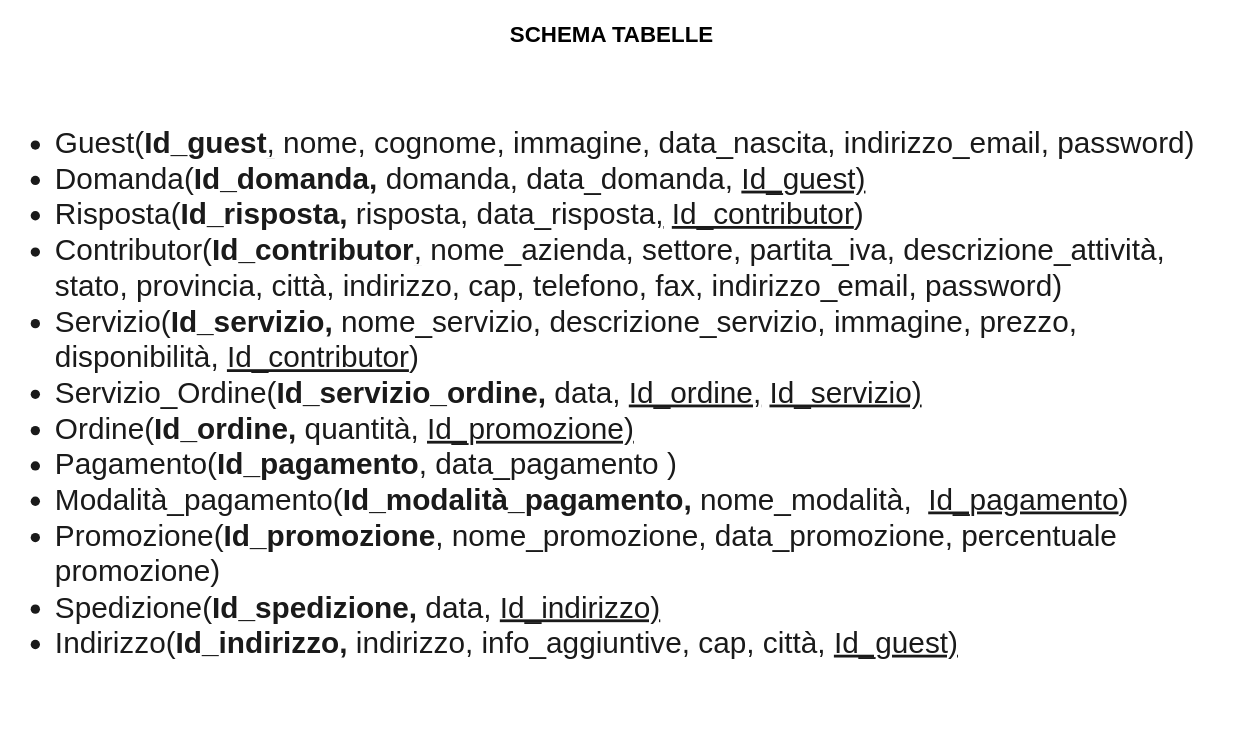
The draw.io diagram SCHEMATABELLE.drawio in giadaventurini-pixel/giadaventurini-5binf, before the edit. Source tidied: cells renumbered, new cells numbered last; positions are measured from the earlier drawing's top-left corner, leaving out a move shared by most shapes. Both pictures are drawn from the tidied source at 93%, with x=0, y=0 at pixel (16, 16).
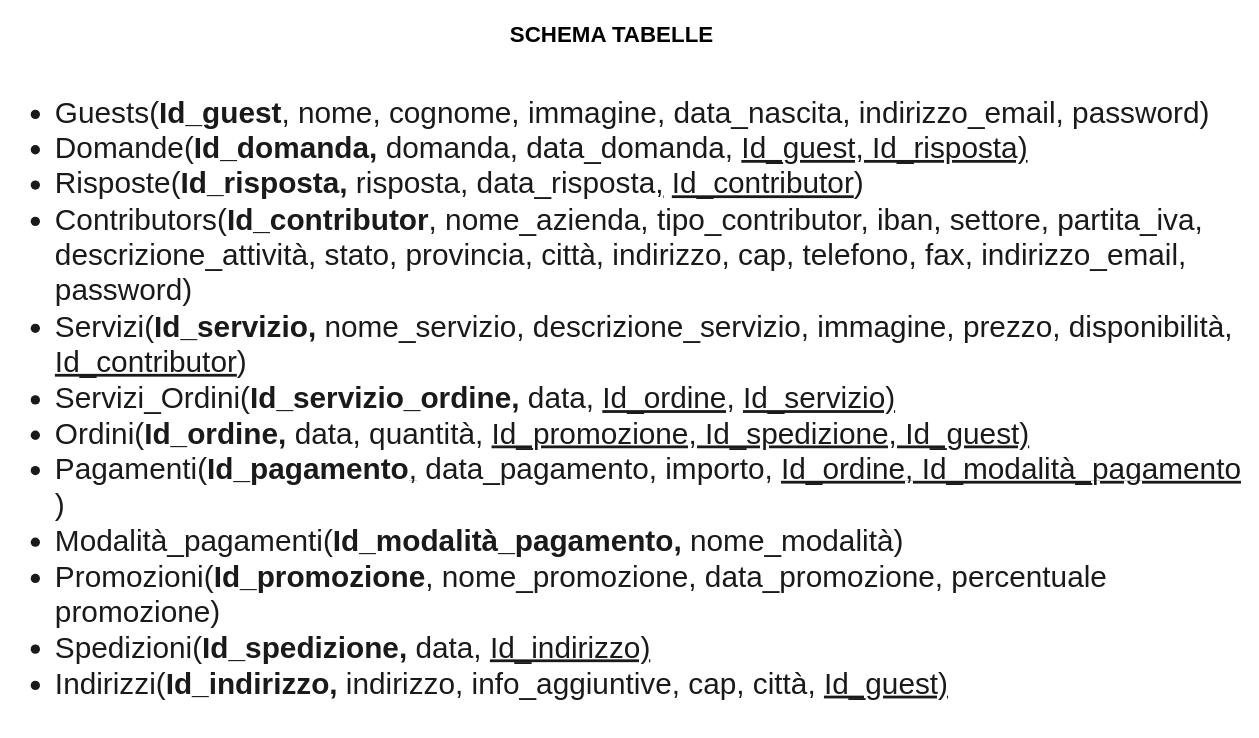
After the change.

Diff of the diagram source:
```diff
@@
 <mxGraphModel>
   <root>
     <mxCell id="0" />
     <mxCell id="1" parent="0" />
-    <mxCell id="2" value="&lt;ul style=&quot;font-size: 32px&quot;&gt;&lt;li style=&quot;font-size: 32px&quot;&gt;Guest(&lt;b&gt;Id_guest&lt;/b&gt;&lt;u&gt;,&lt;/u&gt;&amp;nbsp;nome, cognome, immagine, data_nascita, indirizzo_email, password)&lt;/li&gt;&lt;li style=&quot;font-size: 32px&quot;&gt;Domanda(&lt;b&gt;Id_domanda, &lt;/b&gt;domanda, data_domanda, &lt;u&gt;Id_guest)&lt;/u&gt;&lt;/li&gt;&lt;li style=&quot;font-size: 32px&quot;&gt;Risposta(&lt;b&gt;Id_risposta,&lt;/b&gt;&amp;nbsp;risposta, data_risposta&lt;u&gt;,&lt;/u&gt; &lt;u&gt;Id_contributor&lt;/u&gt;)&lt;/li&gt;&lt;li style=&quot;font-size: 32px&quot;&gt;Contributor(&lt;b&gt;Id_contributor&lt;/b&gt;&lt;u&gt;,&lt;/u&gt;&amp;nbsp;nome_azienda, settore, partita_iva, descrizione_attività, stato, provincia, città, indirizzo, cap, telefono, fax, indirizzo_email, password)&lt;/li&gt;&lt;li style=&quot;font-size: 32px&quot;&gt;Servizio(&lt;b&gt;Id_servizio, &lt;/b&gt;nome_servizio, descrizione_servizio, immagine, prezzo, disponibilità, &lt;u&gt;Id_contributor&lt;/u&gt;)&lt;/li&gt;&lt;li style=&quot;font-size: 32px&quot;&gt;Servizio_Ordine(&lt;b&gt;Id_servizio_ordine, &lt;/b&gt;data, &lt;u&gt;Id_ordine,&lt;/u&gt; &lt;u&gt;Id_servizio)&lt;/u&gt;&lt;/li&gt;&lt;li style=&quot;font-size: 32px&quot;&gt;Ordine(&lt;b&gt;Id_ordine, &lt;/b&gt;quantità, &lt;u&gt;Id_promozione)&lt;/u&gt;&lt;/li&gt;&lt;li style=&quot;font-size: 32px&quot;&gt;Pagamento(&lt;b&gt;Id_pagamento&lt;/b&gt;&lt;u&gt;,&lt;/u&gt;&amp;nbsp;data_pagamento&amp;nbsp;)&lt;/li&gt;&lt;li style=&quot;font-size: 32px&quot;&gt;Modalità_pagamento(&lt;b&gt;Id_modalità_pagamento,&lt;/b&gt;&amp;nbsp;nome_modalità,&amp;nbsp;&amp;nbsp;&lt;u&gt;Id_pagamento&lt;/u&gt;)&lt;/li&gt;&lt;li style=&quot;font-size: 32px&quot;&gt;Promozione(&lt;b&gt;Id_promozione&lt;/b&gt;, nome_promozione, data_promozione, percentuale promozione)&lt;/li&gt;&lt;li style=&quot;font-size: 32px&quot;&gt;Spedizione(&lt;b&gt;Id_spedizione,&lt;/b&gt;&amp;nbsp;data, &lt;u&gt;Id_indirizzo)&lt;/u&gt;&lt;/li&gt;&lt;li style=&quot;font-size: 32px&quot;&gt;Indirizzo(&lt;b&gt;Id_indirizzo, &lt;/b&gt;indirizzo, info_aggiuntive, cap, città, &lt;u&gt;Id_guest)&lt;/u&gt;&lt;/li&gt;&lt;/ul&gt;" style="text;strokeColor=none;fillColor=none;html=1;whiteSpace=wrap;verticalAlign=middle;overflow=hidden;rounded=0;sketch=0;fontColor=#1A1A1A;fontSize=32;" parent="1" vertex="1">
+    <mxCell id="2" value="&lt;ul style=&quot;font-size: 32px&quot;&gt;&lt;li style=&quot;font-size: 32px&quot;&gt;Guests(&lt;b&gt;Id_guest&lt;/b&gt;&lt;u&gt;,&lt;/u&gt;&amp;nbsp;nome, cognome, immagine, data_nascita, indirizzo_email, password)&lt;/li&gt;&lt;li style=&quot;font-size: 32px&quot;&gt;Domande(&lt;b&gt;Id_domanda, &lt;/b&gt;domanda, data_domanda, &lt;u&gt;Id_guest, Id_risposta)&lt;/u&gt;&lt;/li&gt;&lt;li style=&quot;font-size: 32px&quot;&gt;Risposte(&lt;b&gt;Id_risposta,&lt;/b&gt;&amp;nbsp;risposta, data_risposta&lt;u&gt;,&lt;/u&gt; &lt;u&gt;Id_contributor&lt;/u&gt;)&lt;/li&gt;&lt;li style=&quot;font-size: 32px&quot;&gt;Contributors(&lt;b&gt;Id_contributor&lt;/b&gt;&lt;u&gt;,&lt;/u&gt;&amp;nbsp;nome_azienda, tipo_contributor, iban, settore, partita_iva, descrizione_attività, stato, provincia, città, indirizzo, cap, telefono, fax, indirizzo_email, password)&lt;/li&gt;&lt;li style=&quot;font-size: 32px&quot;&gt;Servizi(&lt;b&gt;Id_servizio, &lt;/b&gt;nome_servizio, descrizione_servizio, immagine, prezzo, disponibilità, &lt;u&gt;Id_contributor&lt;/u&gt;)&lt;/li&gt;&lt;li style=&quot;font-size: 32px&quot;&gt;Servizi_Ordini(&lt;b&gt;Id_servizio_ordine, &lt;/b&gt;data, &lt;u&gt;Id_ordine,&lt;/u&gt; &lt;u&gt;Id_servizio)&lt;/u&gt;&lt;/li&gt;&lt;li style=&quot;font-size: 32px&quot;&gt;Ordini(&lt;b&gt;Id_ordine, &lt;/b&gt;data,&amp;nbsp;quantità, &lt;u&gt;Id_promozione, Id_spedizione, Id_guest)&lt;/u&gt;&lt;/li&gt;&lt;li style=&quot;font-size: 32px&quot;&gt;Pagamenti(&lt;b&gt;Id_pagamento&lt;/b&gt;&lt;u&gt;,&lt;/u&gt;&amp;nbsp;data_pagamento, importo, &lt;u&gt;Id_ordine, Id_modalità_pagamento&lt;/u&gt; )&lt;/li&gt;&lt;li style=&quot;font-size: 32px&quot;&gt;Modalità_pagamenti(&lt;b&gt;Id_modalità_pagamento,&lt;/b&gt;&amp;nbsp;nome_modalità)&lt;/li&gt;&lt;li style=&quot;font-size: 32px&quot;&gt;Promozioni(&lt;b&gt;Id_promozione&lt;/b&gt;, nome_promozione, data_promozione, percentuale promozione)&lt;/li&gt;&lt;li style=&quot;font-size: 32px&quot;&gt;Spedizioni(&lt;b&gt;Id_spedizione,&lt;/b&gt;&amp;nbsp;data, &lt;u&gt;Id_indirizzo)&lt;/u&gt;&lt;/li&gt;&lt;li style=&quot;font-size: 32px&quot;&gt;Indirizzi(&lt;b&gt;Id_indirizzo, &lt;/b&gt;indirizzo, info_aggiuntive, cap, città, &lt;u&gt;Id_guest)&lt;/u&gt;&lt;/li&gt;&lt;/ul&gt;" style="text;strokeColor=none;fillColor=none;html=1;whiteSpace=wrap;verticalAlign=middle;overflow=hidden;rounded=0;sketch=0;fontColor=#1A1A1A;fontSize=32;" parent="1" vertex="1">
       <mxGeometry y="50" width="1320" height="710" as="geometry" />
     </mxCell>
     <mxCell id="3" value="SCHEMA TABELLE" style="text;strokeColor=none;fillColor=none;html=1;fontSize=24;fontStyle=1;verticalAlign=middle;align=center;rounded=0;sketch=0;" parent="1" vertex="1">
       <mxGeometry x="590" width="100" height="40" as="geometry" />
     </mxCell>
   </root>
 </mxGraphModel>
```
